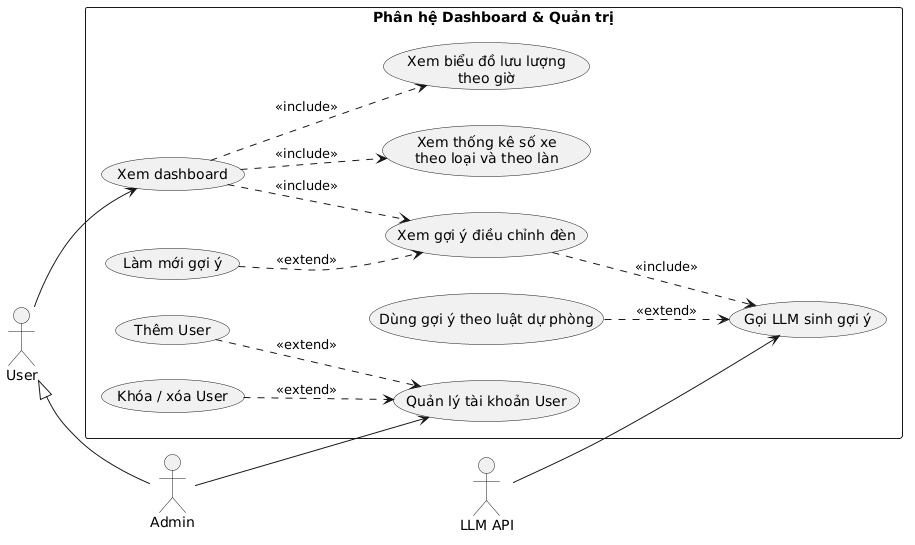
This is docs/UseCase2.png from anhtuanp-99/smart-traffic-monitoring, a PlantUML export, as it was before one commit. Source of this version:
```plantuml
@startuml
left to right direction
skinparam packageStyle rectangle

actor "User" as User
actor "Admin" as Admin
actor "LLM API" as LLM

User <|-- Admin

rectangle "Phân hệ Dashboard & Quản trị" {
    usecase "Xem dashboard" as D
    usecase "Xem thống kê số xe\ntheo loại và theo làn" as D1
    usecase "Xem biểu đồ lưu lượng\ntheo giờ" as D2
    usecase "Xem gợi ý điều chỉnh đèn" as D3
    usecase "Làm mới gợi ý" as D4
    usecase "Gọi LLM sinh gợi ý" as D5
    usecase "Dùng gợi ý theo luật dự phòng" as D6

    usecase "Quản lý tài khoản User" as M
    usecase "Thêm User" as M1
    usecase "Khóa / xóa User" as M2
}

User --> D
Admin --> M

D ..> D1 : <<include>>
D ..> D2 : <<include>>
D ..> D3 : <<include>>
D4 ..> D3 : <<extend>>
D3 ..> D5 : <<include>>
D6 ..> D5 : <<extend>>
M1 ..> M : <<extend>>
M2 ..> M : <<extend>>

LLM --> D5
@enduml
```
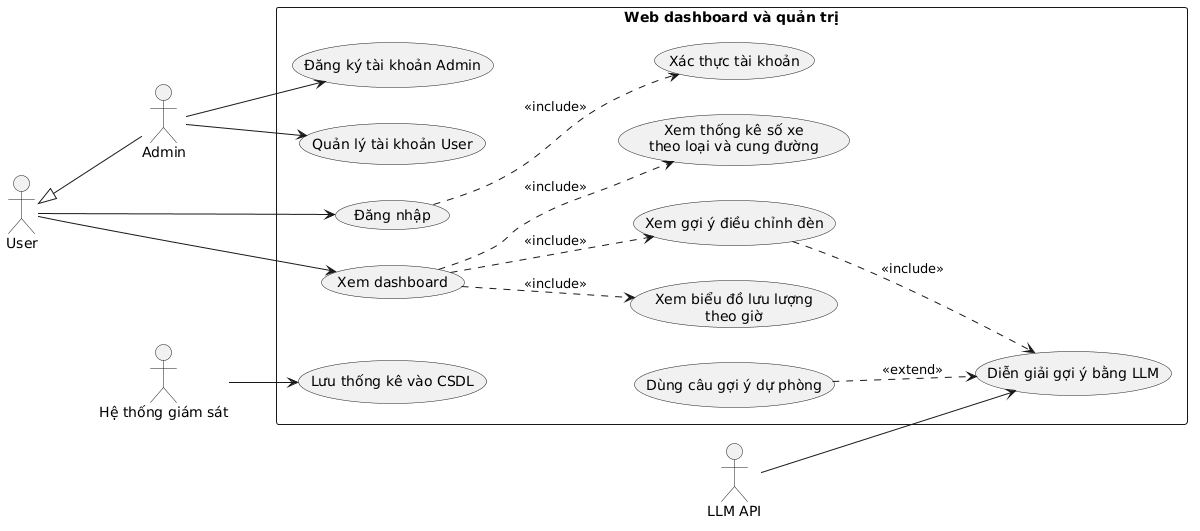
After the change.

What changed in the source:
```diff
@@ -1,38 +1,38 @@
 @startuml
 left to right direction
-skinparam packageStyle rectangle
 
 actor "User" as User
 actor "Admin" as Admin
+actor "Hệ thống giám sát" as Sys
 actor "LLM API" as LLM
 
 User <|-- Admin
 
-rectangle "Phân hệ Dashboard & Quản trị" {
-    usecase "Xem dashboard" as D
-    usecase "Xem thống kê số xe\ntheo loại và theo làn" as D1
-    usecase "Xem biểu đồ lưu lượng\ntheo giờ" as D2
-    usecase "Xem gợi ý điều chỉnh đèn" as D3
-    usecase "Làm mới gợi ý" as D4
-    usecase "Gọi LLM sinh gợi ý" as D5
-    usecase "Dùng gợi ý theo luật dự phòng" as D6
-
-    usecase "Quản lý tài khoản User" as M
-    usecase "Thêm User" as M1
-    usecase "Khóa / xóa User" as M2
+rectangle "Web dashboard và quản trị" {
+    usecase "Đăng ký tài khoản Admin" as W1
+    usecase "Đăng nhập" as W2
+    usecase "Xác thực tài khoản" as W3
+    usecase "Xem dashboard" as W4
+    usecase "Xem thống kê số xe\ntheo loại và cung đường" as W5
+    usecase "Xem biểu đồ lưu lượng\ntheo giờ" as W6
+    usecase "Xem gợi ý điều chỉnh đèn" as W7
+    usecase "Diễn giải gợi ý bằng LLM" as W8
+    usecase "Dùng câu gợi ý dự phòng" as W9
+    usecase "Quản lý tài khoản User" as W10
+    usecase "Lưu thống kê vào CSDL" as W11
 }
 
-User --> D
-Admin --> M
+Admin --> W1
+Admin --> W10
+User --> W2
+User --> W4
+Sys --> W11
+LLM --> W8
 
-D ..> D1 : <<include>>
-D ..> D2 : <<include>>
-D ..> D3 : <<include>>
-D4 ..> D3 : <<extend>>
-D3 ..> D5 : <<include>>
-D6 ..> D5 : <<extend>>
-M1 ..> M : <<extend>>
-M2 ..> M : <<extend>>
-
-LLM --> D5
+W2 ..> W3 : <<include>>
+W4 ..> W5 : <<include>>
+W4 ..> W6 : <<include>>
+W4 ..> W7 : <<include>>
+W7 ..> W8 : <<include>>
+W9 ..> W8 : <<extend>>
 @enduml
```
